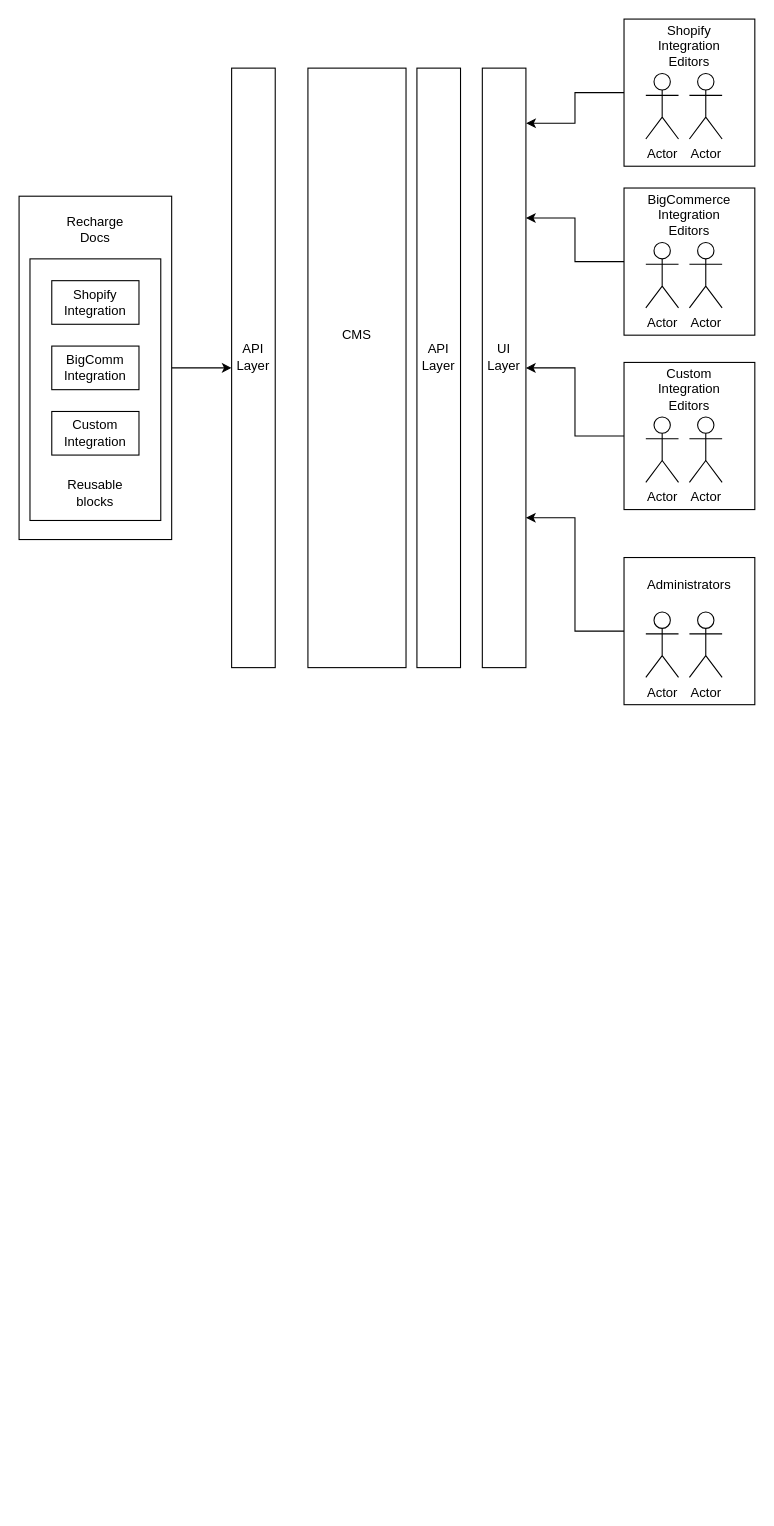
Before: RechargeDocumentation/Recharge documentation overview.drawio in alexrsunrise/diagrams, a draw.io diagram. Source tidied: cells renumbered, new cells numbered last; positions are measured from the earlier drawing's top-left corner, leaving out a move shared by most shapes. Both pictures are drawn from the tidied source at 109%, with x=0, y=0 at pixel (19, 19).
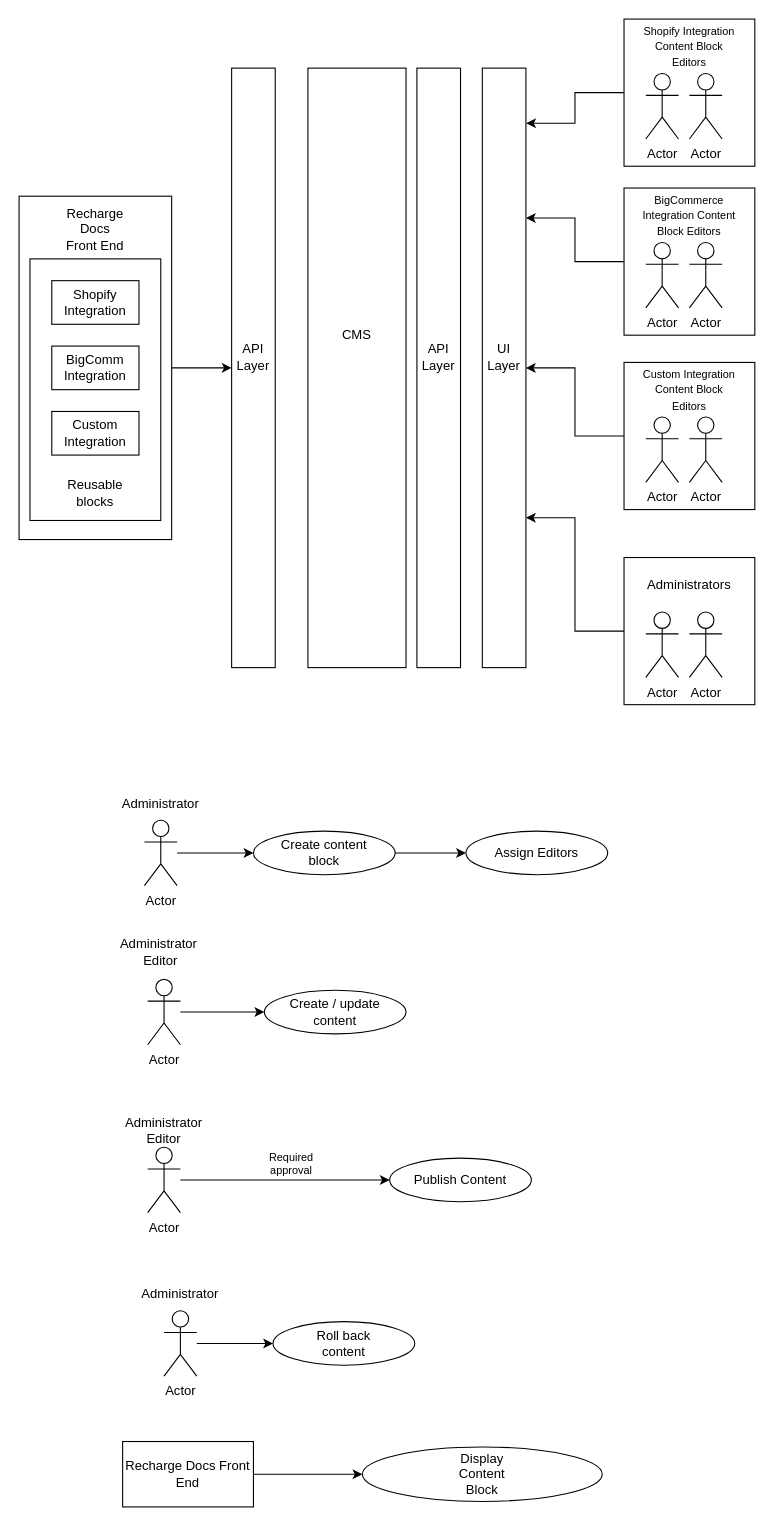
The same diagram, later.

Diff of the diagram source:
```diff
@@
-    <mxCell id="10" value="Shopify Integration Editors" style="text;html=1;strokeColor=none;fillColor=none;align=center;verticalAlign=middle;whiteSpace=wrap;rounded=0;" parent="1" vertex="1">
+    <mxCell id="10" value="&lt;font style=&quot;font-size: 10px&quot;&gt;Shopify Integration Content Block Editors&lt;/font&gt;" style="text;html=1;strokeColor=none;fillColor=none;align=center;verticalAlign=middle;whiteSpace=wrap;rounded=0;" parent="1" vertex="1">
       <mxGeometry x="570" y="10" width="90" height="30" as="geometry" />
     </mxCell>
@@
-    <mxCell id="17" value="Recharge Docs" style="text;html=1;strokeColor=none;fillColor=none;align=center;verticalAlign=middle;whiteSpace=wrap;rounded=0;" parent="1" vertex="1">
+    <mxCell id="17" value="Recharge Docs Front End" style="text;html=1;strokeColor=none;fillColor=none;align=center;verticalAlign=middle;whiteSpace=wrap;rounded=0;" parent="1" vertex="1">
       <mxGeometry x="40" y="177.5" width="60" height="30" as="geometry" />
     </mxCell>
@@
-    <mxCell id="20" value="BigCommerce Integration Editors" style="text;html=1;strokeColor=none;fillColor=none;align=center;verticalAlign=middle;whiteSpace=wrap;rounded=0;" parent="1" vertex="1">
+    <mxCell id="20" value="&lt;font style=&quot;font-size: 10px&quot;&gt;BigCommerce Integration Content Block Editors&lt;/font&gt;" style="text;html=1;strokeColor=none;fillColor=none;align=center;verticalAlign=middle;whiteSpace=wrap;rounded=0;" parent="1" vertex="1">
       <mxGeometry x="570" y="165" width="90" height="30" as="geometry" />
     </mxCell>
@@
-    <mxCell id="25" value="Custom Integration Editors" style="text;html=1;strokeColor=none;fillColor=none;align=center;verticalAlign=middle;whiteSpace=wrap;rounded=0;" parent="1" vertex="1">
+    <mxCell id="25" value="&lt;font style=&quot;font-size: 10px&quot;&gt;Custom Integration Content Block Editors&lt;/font&gt;" style="text;html=1;strokeColor=none;fillColor=none;align=center;verticalAlign=middle;whiteSpace=wrap;rounded=0;" parent="1" vertex="1">
       <mxGeometry x="570" y="325" width="90" height="30" as="geometry" />
     </mxCell>
@@
+    <mxCell id="41" style="edgeStyle=orthogonalEdgeStyle;rounded=0;jettySize=auto;html=1;entryX=0;entryY=0.5;entryDx=0;entryDy=0;" parent="1" edge="1" source="42" target="45">
+      <mxGeometry relative="1" as="geometry" />
+    </mxCell>
+    <mxCell id="42" value="Actor" style="shape=umlActor;verticalLabelPosition=bottom;verticalAlign=top;html=1;outlineConnect=0;" parent="1" vertex="1">
+      <mxGeometry x="115" y="735" width="30" height="60" as="geometry" />
+    </mxCell>
+    <mxCell id="43" value="Administrator" style="text;html=1;strokeColor=none;fillColor=none;align=center;verticalAlign=middle;whiteSpace=wrap;rounded=0;" parent="1" vertex="1">
+      <mxGeometry x="100" y="705" width="60" height="30" as="geometry" />
+    </mxCell>
+    <mxCell id="44" style="edgeStyle=orthogonalEdgeStyle;rounded=0;jettySize=auto;html=1;entryX=0;entryY=0.5;entryDx=0;entryDy=0;" parent="1" edge="1" source="45" target="46">
+      <mxGeometry relative="1" as="geometry" />
+    </mxCell>
+    <mxCell id="45" style="ellipse;whiteSpace=wrap;html=1;" parent="1" vertex="1">
+      <mxGeometry x="215" y="745" width="130" height="40" as="geometry" />
+    </mxCell>
+    <mxCell id="46" style="ellipse;whiteSpace=wrap;html=1;" parent="1" vertex="1">
+      <mxGeometry x="410" y="745" width="130" height="40" as="geometry" />
+    </mxCell>
+    <mxCell id="47" value="Create content block" style="text;html=1;strokeColor=none;fillColor=none;align=center;verticalAlign=middle;whiteSpace=wrap;rounded=0;" parent="1" vertex="1">
+      <mxGeometry x="235" y="750" width="90" height="30" as="geometry" />
+    </mxCell>
+    <mxCell id="48" value="Assign Editors" style="text;html=1;strokeColor=none;fillColor=none;align=center;verticalAlign=middle;whiteSpace=wrap;rounded=0;" parent="1" vertex="1">
+      <mxGeometry x="430" y="750" width="90" height="30" as="geometry" />
+    </mxCell>
+    <mxCell id="49" style="edgeStyle=orthogonalEdgeStyle;rounded=0;jettySize=auto;html=1;entryX=0;entryY=0.5;entryDx=0;entryDy=0;" parent="1" edge="1" source="50" target="52">
+      <mxGeometry relative="1" as="geometry" />
+    </mxCell>
+    <mxCell id="50" value="Actor" style="shape=umlActor;verticalLabelPosition=bottom;verticalAlign=top;html=1;outlineConnect=0;" parent="1" vertex="1">
+      <mxGeometry x="118" y="881" width="30" height="60" as="geometry" />
+    </mxCell>
+    <mxCell id="51" value="Administrator&amp;nbsp;&lt;br&gt;Editor" style="text;html=1;strokeColor=none;fillColor=none;align=center;verticalAlign=middle;whiteSpace=wrap;rounded=0;" parent="1" vertex="1">
+      <mxGeometry x="100" y="841" width="60" height="30" as="geometry" />
+    </mxCell>
+    <mxCell id="52" style="ellipse;whiteSpace=wrap;html=1;" parent="1" vertex="1">
+      <mxGeometry x="225" y="891" width="130" height="40" as="geometry" />
+    </mxCell>
+    <mxCell id="53" value="Create / update content" style="text;html=1;strokeColor=none;fillColor=none;align=center;verticalAlign=middle;whiteSpace=wrap;rounded=0;" parent="1" vertex="1">
+      <mxGeometry x="245" y="896" width="90" height="30" as="geometry" />
+    </mxCell>
+    <mxCell id="54" style="edgeStyle=orthogonalEdgeStyle;rounded=0;jettySize=auto;html=1;entryX=0;entryY=0.5;entryDx=0;entryDy=0;" parent="1" edge="1" source="55" target="57">
+      <mxGeometry relative="1" as="geometry" />
+    </mxCell>
+    <mxCell id="55" value="Actor" style="shape=umlActor;verticalLabelPosition=bottom;verticalAlign=top;html=1;outlineConnect=0;" parent="1" vertex="1">
+      <mxGeometry x="118" y="1035" width="30" height="60" as="geometry" />
+    </mxCell>
+    <mxCell id="56" value="Administrator&lt;br&gt;Editor" style="text;html=1;strokeColor=none;fillColor=none;align=center;verticalAlign=middle;whiteSpace=wrap;rounded=0;" parent="1" vertex="1">
+      <mxGeometry x="103" y="1005" width="60" height="30" as="geometry" />
+    </mxCell>
+    <mxCell id="57" style="ellipse;whiteSpace=wrap;html=1;" parent="1" vertex="1">
+      <mxGeometry x="340" y="1045" width="130" height="40" as="geometry" />
+    </mxCell>
+    <mxCell id="58" value="Publish Content" style="text;html=1;strokeColor=none;fillColor=none;align=center;verticalAlign=middle;whiteSpace=wrap;rounded=0;" parent="1" vertex="1">
+      <mxGeometry x="360" y="1050" width="90" height="30" as="geometry" />
+    </mxCell>
+    <mxCell id="59" style="edgeStyle=orthogonalEdgeStyle;rounded=0;jettySize=auto;html=1;entryX=0;entryY=0.5;entryDx=0;entryDy=0;" parent="1" edge="1" source="60" target="62">
+      <mxGeometry relative="1" as="geometry" />
+    </mxCell>
+    <mxCell id="60" value="Actor" style="shape=umlActor;verticalLabelPosition=bottom;verticalAlign=top;html=1;outlineConnect=0;" parent="1" vertex="1">
+      <mxGeometry x="133" y="1185" width="30" height="60" as="geometry" />
+    </mxCell>
+    <mxCell id="61" value="Administrator" style="text;html=1;strokeColor=none;fillColor=none;align=center;verticalAlign=middle;whiteSpace=wrap;rounded=0;" parent="1" vertex="1">
+      <mxGeometry x="118" y="1155" width="60" height="30" as="geometry" />
+    </mxCell>
+    <mxCell id="62" style="ellipse;whiteSpace=wrap;html=1;" parent="1" vertex="1">
+      <mxGeometry x="233" y="1195" width="130" height="40" as="geometry" />
+    </mxCell>
+    <mxCell id="63" value="Roll back content" style="text;html=1;strokeColor=none;fillColor=none;align=center;verticalAlign=middle;whiteSpace=wrap;rounded=0;" parent="1" vertex="1">
+      <mxGeometry x="253" y="1200" width="90" height="30" as="geometry" />
+    </mxCell>
+    <mxCell id="64" value="Required approval" style="text;html=1;strokeColor=none;fillColor=none;align=center;verticalAlign=middle;whiteSpace=wrap;rounded=0;fontSize=10;" parent="1" vertex="1">
+      <mxGeometry x="220" y="1035" width="60" height="30" as="geometry" />
+    </mxCell>
+    <mxCell id="65" style="edgeStyle=orthogonalEdgeStyle;rounded=0;jettySize=auto;html=1;fontSize=12;" parent="1" edge="1" source="66" target="67">
+      <mxGeometry relative="1" as="geometry" />
+    </mxCell>
+    <mxCell id="66" value="&lt;font style=&quot;font-size: 12px&quot;&gt;Recharge Docs Front End&lt;/font&gt;" style="rounded=0;whiteSpace=wrap;html=1;fontSize=10;" parent="1" vertex="1">
+      <mxGeometry x="95" y="1305" width="120" height="60" as="geometry" />
+    </mxCell>
+    <mxCell id="67" style="ellipse;whiteSpace=wrap;html=1;fontSize=12;" parent="1" vertex="1">
+      <mxGeometry x="315" y="1310" width="220" height="50" as="geometry" />
+    </mxCell>
+    <mxCell id="68" value="Display Content Block" style="text;html=1;strokeColor=none;fillColor=none;align=center;verticalAlign=middle;whiteSpace=wrap;rounded=0;fontSize=12;" parent="1" vertex="1">
+      <mxGeometry x="395" y="1320" width="60" height="30" as="geometry" />
+    </mxCell>
```
